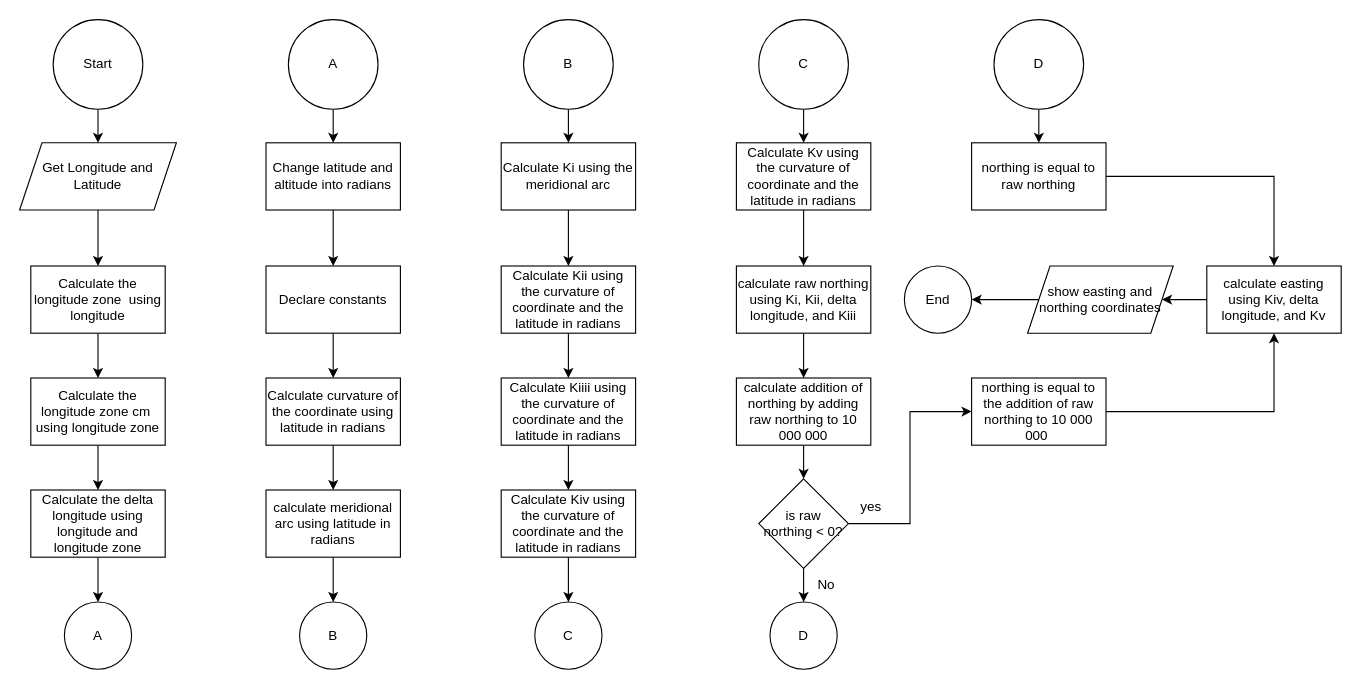
Above: Converting_to_UTM.drawio in angusbarnes/ENGG100 (draw.io), before the change. Source tidied: cells renumbered, new cells numbered last; positions are measured from the earlier drawing's top-left corner, leaving out a move shared by most shapes. Both pictures are drawn from the tidied source at 112%, with x=0, y=0 at pixel (19, 19).
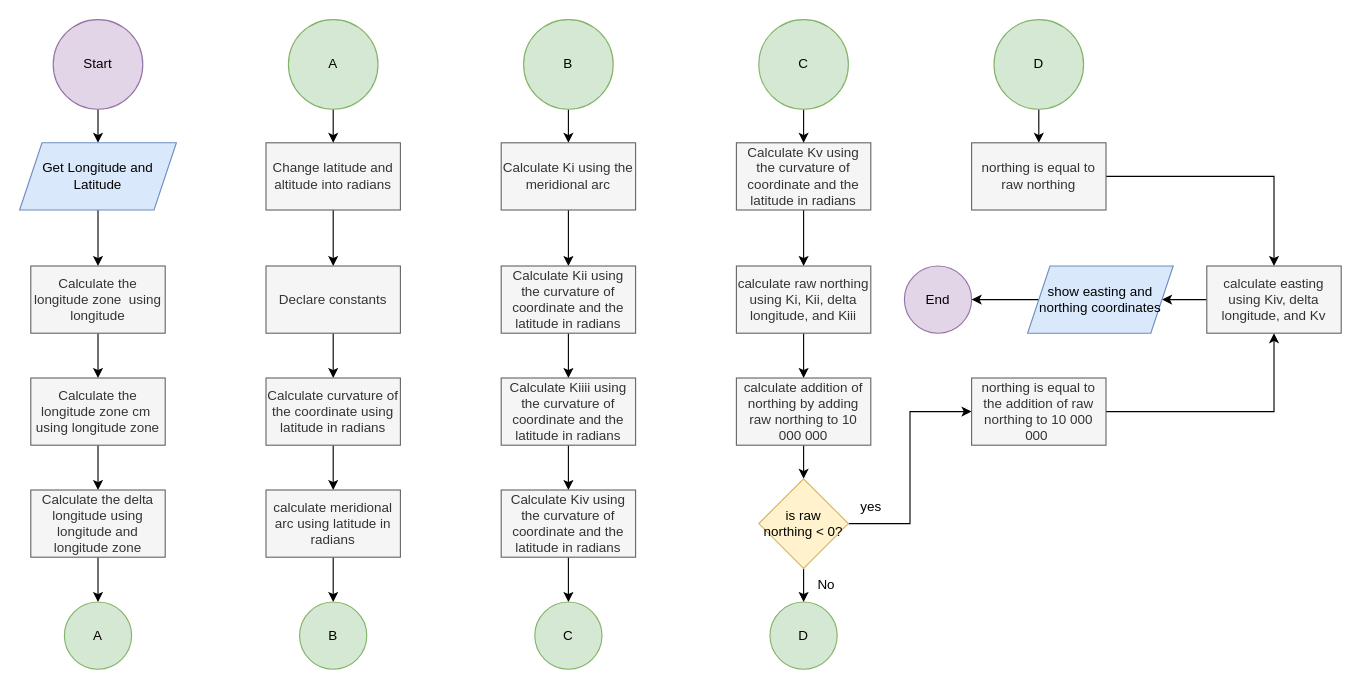
After the change.

Change to the diagram source:
```diff
@@
-    <mxCell id="3" value="Start" style="ellipse;whiteSpace=wrap;html=1;" parent="1" vertex="1">
+    <mxCell id="3" value="Start" style="ellipse;whiteSpace=wrap;html=1;fillColor=#e1d5e7;strokeColor=#9673a6;" parent="1" vertex="1">
       <mxGeometry x="30" width="80" height="80" as="geometry" />
     </mxCell>
@@
-    <mxCell id="5" value="Get Longitude and Latitude" style="shape=parallelogram;perimeter=parallelogramPerimeter;whiteSpace=wrap;html=1;fixedSize=1;" parent="1" vertex="1">
+    <mxCell id="5" value="Get Longitude and Latitude" style="shape=parallelogram;perimeter=parallelogramPerimeter;whiteSpace=wrap;html=1;fixedSize=1;fillColor=#dae8fc;strokeColor=#6c8ebf;" parent="1" vertex="1">
       <mxGeometry y="110" width="140" height="60" as="geometry" />
     </mxCell>
@@
-    <mxCell id="7" value="Calculate the longitude zone&amp;nbsp; using longitude" style="rounded=0;whiteSpace=wrap;html=1;" parent="1" vertex="1">
+    <mxCell id="7" value="Calculate the longitude zone&amp;nbsp; using longitude" style="rounded=0;whiteSpace=wrap;html=1;fillColor=#f5f5f5;fontColor=#333333;strokeColor=#666666;" parent="1" vertex="1">
       <mxGeometry x="10" y="220" width="120" height="60" as="geometry" />
     </mxCell>
@@
-    <mxCell id="9" value="Calculate the longitude zone cm&amp;nbsp; using longitude zone" style="rounded=0;whiteSpace=wrap;html=1;" parent="1" vertex="1">
+    <mxCell id="9" value="Calculate the longitude zone cm&amp;nbsp; using longitude zone" style="rounded=0;whiteSpace=wrap;html=1;fillColor=#f5f5f5;fontColor=#333333;strokeColor=#666666;" parent="1" vertex="1">
       <mxGeometry x="10" y="320" width="120" height="60" as="geometry" />
     </mxCell>
@@
-    <mxCell id="11" value="Calculate the delta longitude using longitude and longitude zone" style="rounded=0;whiteSpace=wrap;html=1;" parent="1" vertex="1">
+    <mxCell id="11" value="Calculate the delta longitude using longitude and longitude zone" style="rounded=0;whiteSpace=wrap;html=1;fillColor=#f5f5f5;fontColor=#333333;strokeColor=#666666;" parent="1" vertex="1">
       <mxGeometry x="10" y="420" width="120" height="60" as="geometry" />
     </mxCell>
@@
-    <mxCell id="13" value="Change latitude and altitude into radians" style="rounded=0;whiteSpace=wrap;html=1;" parent="1" vertex="1">
+    <mxCell id="13" value="Change latitude and altitude into radians" style="rounded=0;whiteSpace=wrap;html=1;fillColor=#f5f5f5;fontColor=#333333;strokeColor=#666666;" parent="1" vertex="1">
       <mxGeometry x="220" y="110" width="120" height="60" as="geometry" />
     </mxCell>
-    <mxCell id="14" value="A" style="ellipse;whiteSpace=wrap;html=1;" parent="1" vertex="1">
+    <mxCell id="14" value="A" style="ellipse;whiteSpace=wrap;html=1;fillColor=#d5e8d4;strokeColor=#82b366;" parent="1" vertex="1">
       <mxGeometry x="40" y="520" width="60" height="60" as="geometry" />
     </mxCell>
@@
-    <mxCell id="16" value="A" style="ellipse;whiteSpace=wrap;html=1;" parent="1" vertex="1">
+    <mxCell id="16" value="A" style="ellipse;whiteSpace=wrap;html=1;fillColor=#d5e8d4;strokeColor=#82b366;" parent="1" vertex="1">
       <mxGeometry x="240" width="80" height="80" as="geometry" />
     </mxCell>
@@
-    <mxCell id="18" value="Declare constants" style="whiteSpace=wrap;html=1;rounded=0;" parent="1" vertex="1">
+    <mxCell id="18" value="Declare constants" style="whiteSpace=wrap;html=1;rounded=0;fillColor=#f5f5f5;fontColor=#333333;strokeColor=#666666;" parent="1" vertex="1">
       <mxGeometry x="220" y="220" width="120" height="60" as="geometry" />
     </mxCell>
@@
-    <mxCell id="20" value="Calculate curvature of the coordinate using latitude in radians" style="whiteSpace=wrap;html=1;rounded=0;" parent="1" vertex="1">
+    <mxCell id="20" value="Calculate curvature of the coordinate using latitude in radians" style="whiteSpace=wrap;html=1;rounded=0;fillColor=#f5f5f5;fontColor=#333333;strokeColor=#666666;" parent="1" vertex="1">
       <mxGeometry x="220" y="320" width="120" height="60" as="geometry" />
     </mxCell>
@@
-    <mxCell id="22" value="calculate meridional arc using latitude in radians" style="whiteSpace=wrap;html=1;rounded=0;" parent="1" vertex="1">
+    <mxCell id="22" value="calculate meridional arc using latitude in radians" style="whiteSpace=wrap;html=1;rounded=0;fillColor=#f5f5f5;fontColor=#333333;strokeColor=#666666;" parent="1" vertex="1">
       <mxGeometry x="220" y="420" width="120" height="60" as="geometry" />
     </mxCell>
-    <mxCell id="23" value="B" style="ellipse;whiteSpace=wrap;html=1;" parent="1" vertex="1">
+    <mxCell id="23" value="B" style="ellipse;whiteSpace=wrap;html=1;fillColor=#d5e8d4;strokeColor=#82b366;" parent="1" vertex="1">
       <mxGeometry x="250" y="520" width="60" height="60" as="geometry" />
     </mxCell>
@@
-    <mxCell id="25" value="B" style="ellipse;whiteSpace=wrap;html=1;" parent="1" vertex="1">
+    <mxCell id="25" value="B" style="ellipse;whiteSpace=wrap;html=1;fillColor=#d5e8d4;strokeColor=#82b366;" parent="1" vertex="1">
       <mxGeometry x="450" width="80" height="80" as="geometry" />
     </mxCell>
@@
-    <mxCell id="27" value="Calculate Ki using the meridional arc" style="rounded=0;whiteSpace=wrap;html=1;" parent="1" vertex="1">
+    <mxCell id="27" value="Calculate Ki using the meridional arc" style="rounded=0;whiteSpace=wrap;html=1;fillColor=#f5f5f5;fontColor=#333333;strokeColor=#666666;" parent="1" vertex="1">
       <mxGeometry x="430" y="110" width="120" height="60" as="geometry" />
     </mxCell>
@@
-    <mxCell id="29" value="Calculate Kii using the curvature of coordinate and the latitude in radians" style="whiteSpace=wrap;html=1;rounded=0;" parent="1" vertex="1">
+    <mxCell id="29" value="Calculate Kii using the curvature of coordinate and the latitude in radians" style="whiteSpace=wrap;html=1;rounded=0;fillColor=#f5f5f5;fontColor=#333333;strokeColor=#666666;" parent="1" vertex="1">
       <mxGeometry x="430" y="220" width="120" height="60" as="geometry" />
     </mxCell>
@@
-    <mxCell id="31" value="Calculate Kiiii using the curvature of coordinate and the latitude in radians" style="whiteSpace=wrap;html=1;rounded=0;" parent="1" vertex="1">
+    <mxCell id="31" value="Calculate Kiiii using the curvature of coordinate and the latitude in radians" style="whiteSpace=wrap;html=1;rounded=0;fillColor=#f5f5f5;fontColor=#333333;strokeColor=#666666;" parent="1" vertex="1">
       <mxGeometry x="430" y="320" width="120" height="60" as="geometry" />
     </mxCell>
@@
-    <mxCell id="33" value="Calculate Kiv using the curvature of coordinate and the latitude in radians" style="whiteSpace=wrap;html=1;rounded=0;" parent="1" vertex="1">
+    <mxCell id="33" value="Calculate Kiv using the curvature of coordinate and the latitude in radians" style="whiteSpace=wrap;html=1;rounded=0;fillColor=#f5f5f5;fontColor=#333333;strokeColor=#666666;" parent="1" vertex="1">
       <mxGeometry x="430" y="420" width="120" height="60" as="geometry" />
     </mxCell>
-    <mxCell id="34" value="C" style="ellipse;whiteSpace=wrap;html=1;" parent="1" vertex="1">
+    <mxCell id="34" value="C" style="ellipse;whiteSpace=wrap;html=1;fillColor=#d5e8d4;strokeColor=#82b366;" parent="1" vertex="1">
       <mxGeometry x="460" y="520" width="60" height="60" as="geometry" />
     </mxCell>
@@
-    <mxCell id="36" value="Calculate Kv using the curvature of coordinate and the latitude in radians" style="rounded=0;whiteSpace=wrap;html=1;" parent="1" vertex="1">
+    <mxCell id="36" value="Calculate Kv using the curvature of coordinate and the latitude in radians" style="rounded=0;whiteSpace=wrap;html=1;fillColor=#f5f5f5;fontColor=#333333;strokeColor=#666666;" parent="1" vertex="1">
       <mxGeometry x="640" y="110" width="120" height="60" as="geometry" />
     </mxCell>
@@
-    <mxCell id="38" value="calculate raw northing using Ki, Kii, delta longitude, and Kiii" style="whiteSpace=wrap;html=1;rounded=0;" parent="1" vertex="1">
+    <mxCell id="38" value="calculate raw northing using Ki, Kii, delta longitude, and Kiii" style="whiteSpace=wrap;html=1;rounded=0;fillColor=#f5f5f5;fontColor=#333333;strokeColor=#666666;" parent="1" vertex="1">
       <mxGeometry x="640" y="220" width="120" height="60" as="geometry" />
     </mxCell>
@@
-    <mxCell id="40" value="calculate addition of northing by adding raw northing to 10 000 000" style="whiteSpace=wrap;html=1;rounded=0;" parent="1" vertex="1">
+    <mxCell id="40" value="calculate addition of northing by adding raw northing to 10 000 000" style="whiteSpace=wrap;html=1;rounded=0;fillColor=#f5f5f5;fontColor=#333333;strokeColor=#666666;" parent="1" vertex="1">
       <mxGeometry x="640" y="320" width="120" height="60" as="geometry" />
     </mxCell>
@@
-    <mxCell id="42" value="C" style="ellipse;whiteSpace=wrap;html=1;" parent="1" vertex="1">
+    <mxCell id="42" value="C" style="ellipse;whiteSpace=wrap;html=1;fillColor=#d5e8d4;strokeColor=#82b366;" parent="1" vertex="1">
       <mxGeometry x="660" width="80" height="80" as="geometry" />
     </mxCell>
@@
-    <mxCell id="45" value="is raw northing &amp;lt; 0?" style="rhombus;whiteSpace=wrap;html=1;" parent="1" vertex="1">
+    <mxCell id="45" value="is raw northing &amp;lt; 0?" style="rhombus;whiteSpace=wrap;html=1;fillColor=#fff2cc;strokeColor=#d6b656;" parent="1" vertex="1">
       <mxGeometry x="660" y="410" width="80" height="80" as="geometry" />
     </mxCell>
-    <mxCell id="46" value="D" style="ellipse;whiteSpace=wrap;html=1;" parent="1" vertex="1">
+    <mxCell id="46" value="D" style="ellipse;whiteSpace=wrap;html=1;fillColor=#d5e8d4;strokeColor=#82b366;" parent="1" vertex="1">
       <mxGeometry x="670" y="520" width="60" height="60" as="geometry" />
     </mxCell>
@@
-    <mxCell id="49" value="D" style="ellipse;whiteSpace=wrap;html=1;" parent="1" vertex="1">
+    <mxCell id="49" value="D" style="ellipse;whiteSpace=wrap;html=1;fillColor=#d5e8d4;strokeColor=#82b366;" parent="1" vertex="1">
       <mxGeometry x="870" width="80" height="80" as="geometry" />
     </mxCell>
@@
-    <mxCell id="51" value="northing is equal to raw northing" style="rounded=0;whiteSpace=wrap;html=1;" parent="1" vertex="1">
+    <mxCell id="51" value="northing is equal to raw northing" style="rounded=0;whiteSpace=wrap;html=1;fillColor=#f5f5f5;fontColor=#333333;strokeColor=#666666;" parent="1" vertex="1">
       <mxGeometry x="850" y="110" width="120" height="60" as="geometry" />
     </mxCell>
@@
-    <mxCell id="53" value="northing is equal to the addition of raw northing to 10 000 000&amp;nbsp;" style="rounded=0;whiteSpace=wrap;html=1;" parent="1" vertex="1">
+    <mxCell id="53" value="northing is equal to the addition of raw northing to 10 000 000&amp;nbsp;" style="rounded=0;whiteSpace=wrap;html=1;fillColor=#f5f5f5;fontColor=#333333;strokeColor=#666666;" parent="1" vertex="1">
       <mxGeometry x="850" y="320" width="120" height="60" as="geometry" />
     </mxCell>
@@
-    <mxCell id="56" value="calculate easting using Kiv, delta longitude, and Kv" style="whiteSpace=wrap;html=1;rounded=0;" parent="1" vertex="1">
+    <mxCell id="56" value="calculate easting using Kiv, delta longitude, and Kv" style="whiteSpace=wrap;html=1;rounded=0;fillColor=#f5f5f5;fontColor=#333333;strokeColor=#666666;" parent="1" vertex="1">
       <mxGeometry x="1060" y="220" width="120" height="60" as="geometry" />
     </mxCell>
-    <mxCell id="57" value="End" style="ellipse;whiteSpace=wrap;html=1;" parent="1" vertex="1">
+    <mxCell id="57" value="End" style="ellipse;whiteSpace=wrap;html=1;fillColor=#e1d5e7;strokeColor=#9673a6;" parent="1" vertex="1">
       <mxGeometry x="790" y="220" width="60" height="60" as="geometry" />
     </mxCell>
@@
-    <mxCell id="59" value="show easting and northing coordinates" style="shape=parallelogram;perimeter=parallelogramPerimeter;whiteSpace=wrap;html=1;fixedSize=1;" parent="1" vertex="1">
+    <mxCell id="59" value="show easting and northing coordinates" style="shape=parallelogram;perimeter=parallelogramPerimeter;whiteSpace=wrap;html=1;fixedSize=1;fillColor=#dae8fc;strokeColor=#6c8ebf;" parent="1" vertex="1">
       <mxGeometry x="900" y="220" width="130" height="60" as="geometry" />
     </mxCell>
```
